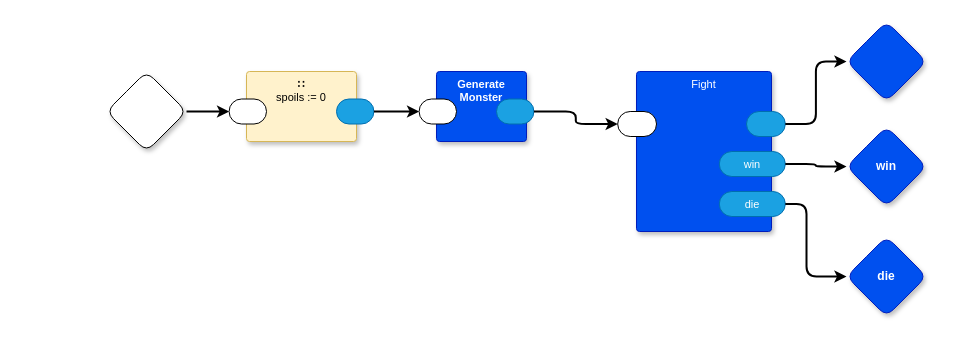
Before: page "Adventure" (10 of 19) of dc0d.drawio in guitarvydas/dc0d, a draw.io diagram. Source tidied: cells renumbered, new cells numbered last; positions are measured from the earlier drawing's top-left corner, leaving out a move shared by most shapes. Both pictures are drawn from the tidied source at 100%, with x=0, y=0 at pixel (106, 21).
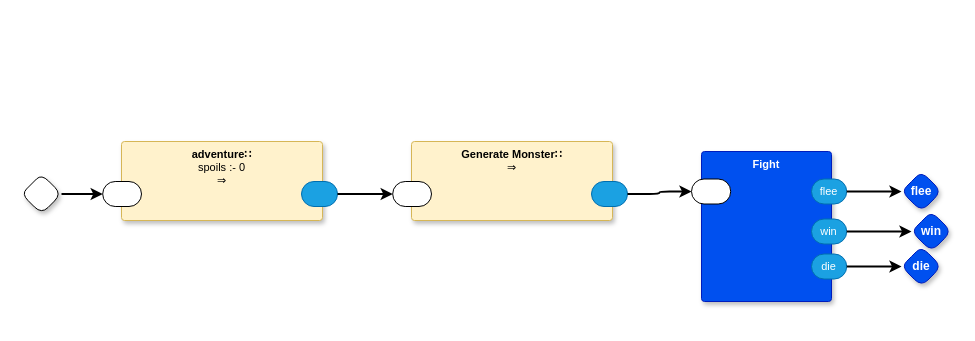
The same diagram, later.

What changed in the source:
```diff
@@
-    <mxCell id="0" />
-    <mxCell id="1" parent="0" />
-    <mxCell id="2" style="rhombus;whiteSpace=wrap;html=1;rounded=1;fontStyle=1;glass=0;sketch=0;fontSize=12;points=[[0,0.5,0,0,0],[0.5,0,0,0,0],[0.5,1,0,0,0],[1,0.5,0,0,0]];shadow=1;fontFamily=Helvetica;fontColor=default;" parent="1" vertex="1">
-      <mxGeometry y="50" width="80" height="80" as="geometry" />
-    </mxCell>
-    <mxCell id="3" style="rhombus;whiteSpace=wrap;html=1;rounded=1;fillColor=#0050ef;fontColor=#ffffff;strokeColor=#001DBC;fontStyle=1;glass=0;sketch=0;fontSize=12;points=[[0,0.5,0,0,0],[0.5,0,0,0,0],[0.5,1,0,0,0],[1,0.5,0,0,0]];shadow=1;fontFamily=Helvetica;" parent="1" vertex="1">
-      <mxGeometry x="740" width="80" height="80" as="geometry" />
-    </mxCell>
-    <mxCell id="4" value="&lt;b style=&quot;border-color: var(--border-color);&quot;&gt;∷&lt;br&gt;&lt;/b&gt;spoils := 0" style="rounded=1;whiteSpace=wrap;html=1;sketch=0;verticalAlign=top;arcSize=6;fontStyle=0;absoluteArcSize=1;shadow=1;strokeColor=#d6b656;fillColor=#fff2cc;fontFamily=Helvetica;fontSize=11;" parent="1" vertex="1">
-      <mxGeometry x="140" y="50" width="110" height="70" as="geometry" />
-    </mxCell>
-    <mxCell id="5" style="rounded=1;whiteSpace=wrap;html=1;sketch=0;points=[[0,0.5,0,0,0],[1,0.5,0,0,0]];arcSize=50;fontFamily=Helvetica;fontSize=11;fontColor=default;" parent="4" vertex="1">
-      <mxGeometry x="-17.4" y="27.5" width="37.4" height="25" as="geometry" />
-    </mxCell>
-    <mxCell id="6" style="rounded=1;whiteSpace=wrap;html=1;sketch=0;points=[[0,0.5,0,0,0],[1,0.5,0,0,0]];fillColor=#1ba1e2;fontColor=#ffffff;strokeColor=#006EAF;arcSize=50;fontFamily=Helvetica;fontSize=11;" parent="4" vertex="1">
-      <mxGeometry x="90" y="27.5" width="37.4" height="25" as="geometry" />
-    </mxCell>
-    <mxCell id="7" value="&lt;b&gt;Generate Monster&lt;/b&gt;" style="rounded=1;whiteSpace=wrap;html=1;sketch=0;verticalAlign=top;arcSize=6;fontStyle=0;absoluteArcSize=1;shadow=1;strokeColor=#001DBC;fillColor=#0050ef;fontFamily=Helvetica;fontSize=11;fontColor=#ffffff;" parent="1" vertex="1">
-      <mxGeometry x="330" y="50" width="90" height="70" as="geometry" />
-    </mxCell>
-    <mxCell id="8" style="rounded=1;whiteSpace=wrap;html=1;sketch=0;points=[[0,0.5,0,0,0],[1,0.5,0,0,0]];arcSize=50;fontFamily=Helvetica;fontSize=11;fontColor=default;" parent="7" vertex="1">
-      <mxGeometry x="-17.4" y="27.5" width="37.4" height="25" as="geometry" />
-    </mxCell>
-    <mxCell id="9" style="rounded=1;whiteSpace=wrap;html=1;sketch=0;points=[[0,0.5,0,0,0],[1,0.5,0,0,0]];fillColor=#1ba1e2;fontColor=#ffffff;strokeColor=#006EAF;arcSize=50;fontFamily=Helvetica;fontSize=11;" parent="7" vertex="1">
-      <mxGeometry x="60" y="27.5" width="37.4" height="25" as="geometry" />
-    </mxCell>
-    <mxCell id="10" style="edgeStyle=orthogonalEdgeStyle;shape=connector;curved=0;rounded=1;jettySize=auto;html=1;exitX=1;exitY=0.5;exitDx=0;exitDy=0;exitPerimeter=0;entryX=0;entryY=0.5;entryDx=0;entryDy=0;entryPerimeter=0;labelBackgroundColor=default;strokeColor=default;strokeWidth=2;align=center;verticalAlign=middle;fontFamily=Helvetica;fontSize=11;fontColor=default;endArrow=classic;" parent="1" edge="1" source="6" target="8">
-      <mxGeometry relative="1" as="geometry" />
-    </mxCell>
+    <mxCell id="23" />
+    <mxCell id="24" parent="23" />
+    <mxCell id="25" style="rhombus;whiteSpace=wrap;html=1;rounded=1;fontStyle=1;glass=0;sketch=0;fontSize=12;points=[[0,0.5,0,0,0],[0.5,0,0,0,0],[0.5,1,0,0,0],[1,0.5,0,0,0]];shadow=1;fontFamily=Helvetica;fontColor=default;" parent="24" vertex="1">
+      <mxGeometry x="-85" y="152.5" width="40" height="40" as="geometry" />
+    </mxCell>
+    <mxCell id="19" value="die" style="rhombus;whiteSpace=wrap;html=1;rounded=1;fontStyle=1;glass=0;sketch=0;fontSize=12;points=[[0,0.5,0,0,0],[0.5,0,0,0,0],[0.5,1,0,0,0],[1,0.5,0,0,0]];shadow=1;fillColor=#0050ef;fontColor=#ffffff;strokeColor=#001DBC;fontFamily=Helvetica;" parent="24" vertex="1">
+      <mxGeometry x="795" y="225" width="40" height="40" as="geometry" />
+    </mxCell>
+    <mxCell id="26" value="&lt;b style=&quot;border-color: var(--border-color);&quot;&gt;adventure∷&lt;br&gt;&lt;/b&gt;spoils :- 0&lt;br&gt;⇒" style="rounded=1;whiteSpace=wrap;html=1;sketch=0;verticalAlign=top;arcSize=6;fontStyle=0;absoluteArcSize=1;shadow=1;strokeColor=#d6b656;fillColor=#fff2cc;fontFamily=Helvetica;fontSize=11;" parent="24" vertex="1">
+      <mxGeometry x="15" y="120" width="201" height="79" as="geometry" />
+    </mxCell>
+    <mxCell id="27" style="rounded=1;whiteSpace=wrap;html=1;sketch=0;points=[[0,0.5,0,0,0],[1,0.5,0,0,0]];arcSize=50;fontFamily=Helvetica;fontSize=11;fontColor=default;" parent="26" vertex="1">
+      <mxGeometry x="-18.8" y="40" width="38.8" height="25" as="geometry" />
+    </mxCell>
+    <mxCell id="28" style="rounded=1;whiteSpace=wrap;html=1;sketch=0;points=[[0,0.5,0,0,0],[1,0.5,0,0,0]];fillColor=#1ba1e2;fontColor=#ffffff;strokeColor=#006EAF;arcSize=50;fontFamily=Helvetica;fontSize=11;" parent="26" vertex="1">
+      <mxGeometry x="180" y="40" width="36" height="25" as="geometry" />
+    </mxCell>
+    <mxCell id="29" value="&lt;b style=&quot;border-color: var(--border-color);&quot;&gt;Generate Monster∷&lt;br&gt;&lt;/b&gt;⇒" style="rounded=1;whiteSpace=wrap;html=1;sketch=0;verticalAlign=top;arcSize=6;fontStyle=0;absoluteArcSize=1;shadow=1;strokeColor=#d6b656;fillColor=#fff2cc;fontFamily=Helvetica;fontSize=11;" parent="24" vertex="1">
+      <mxGeometry x="305" y="120" width="201" height="79" as="geometry" />
+    </mxCell>
+    <mxCell id="30" style="rounded=1;whiteSpace=wrap;html=1;sketch=0;points=[[0,0.5,0,0,0],[1,0.5,0,0,0]];arcSize=50;fontFamily=Helvetica;fontSize=11;fontColor=default;" parent="29" vertex="1">
+      <mxGeometry x="-18.8" y="40" width="38.8" height="25" as="geometry" />
+    </mxCell>
+    <mxCell id="31" style="rounded=1;whiteSpace=wrap;html=1;sketch=0;points=[[0,0.5,0,0,0],[1,0.5,0,0,0]];fillColor=#1ba1e2;fontColor=#ffffff;strokeColor=#006EAF;arcSize=50;fontFamily=Helvetica;fontSize=11;" parent="29" vertex="1">
+      <mxGeometry x="180" y="40" width="36" height="25" as="geometry" />
+    </mxCell>
+    <mxCell id="32" style="edgeStyle=orthogonalEdgeStyle;shape=connector;curved=0;rounded=1;jettySize=auto;html=1;exitX=1;exitY=0.5;exitDx=0;exitDy=0;exitPerimeter=0;entryX=0;entryY=0.5;entryDx=0;entryDy=0;entryPerimeter=0;labelBackgroundColor=default;strokeColor=default;strokeWidth=2;align=center;verticalAlign=middle;fontFamily=Helvetica;fontSize=11;fontColor=default;endArrow=classic;" parent="24" edge="1" source="28" target="30">
+      <mxGeometry relative="1" as="geometry" />
+    </mxCell>
-    <mxCell id="11" value="Fight" style="rounded=1;whiteSpace=wrap;html=1;sketch=0;verticalAlign=top;arcSize=6;fontStyle=0;absoluteArcSize=1;shadow=1;strokeColor=#001DBC;fillColor=#0050ef;fontColor=#ffffff;fontFamily=Helvetica;fontSize=11;" parent="1" vertex="1">
-      <mxGeometry x="530" y="50" width="135" height="160" as="geometry" />
+    <mxCell id="11" value="Fight" style="rounded=1;whiteSpace=wrap;html=1;sketch=0;verticalAlign=top;arcSize=6;fontStyle=1;absoluteArcSize=1;shadow=1;strokeColor=#001DBC;fillColor=#0050ef;fontColor=#ffffff;fontFamily=Helvetica;fontSize=11;" parent="24" vertex="1">
+      <mxGeometry x="595" y="130" width="130" height="150" as="geometry" />
     </mxCell>
-    <mxCell id="12" style="rounded=1;whiteSpace=wrap;html=1;sketch=0;points=[[0,0.5,0,0,0],[1,0.5,0,0,0]];arcSize=50;fontFamily=Helvetica;fontSize=11;fontColor=default;" parent="11" vertex="1">
-      <mxGeometry x="-18.8" y="40" width="38.8" height="25" as="geometry" />
-    </mxCell>
-    <mxCell id="13" style="rounded=1;whiteSpace=wrap;html=1;sketch=0;points=[[0,0.5,0,0,0],[1,0.5,0,0,0]];fillColor=#1ba1e2;fontColor=#ffffff;strokeColor=#006EAF;arcSize=50;fontFamily=Helvetica;fontSize=11;" parent="11" vertex="1">
-      <mxGeometry x="110" y="40" width="38.8" height="25" as="geometry" />
-    </mxCell>
+    <mxCell id="33" style="rounded=1;whiteSpace=wrap;html=1;sketch=0;points=[[0,0.5,0,0,0],[1,0.5,0,0,0]];arcSize=50;fontFamily=Helvetica;fontSize=11;fontColor=default;" parent="11" vertex="1">
+      <mxGeometry x="-10" y="27.5" width="39.2" height="25" as="geometry" />
+    </mxCell>
     <mxCell id="14" value="win" style="rounded=1;whiteSpace=wrap;html=1;sketch=0;points=[[0,0.5,0,0,0],[1,0.5,0,0,0]];fillColor=#1ba1e2;fontColor=#ffffff;strokeColor=#006EAF;arcSize=50;fontFamily=Helvetica;fontSize=11;" parent="11" vertex="1">
-      <mxGeometry x="82.8" y="80" width="66" height="25" as="geometry" />
+      <mxGeometry x="110" y="67.5" width="35.2" height="25" as="geometry" />
     </mxCell>
+    <mxCell id="34" value="flee" style="rounded=1;whiteSpace=wrap;html=1;sketch=0;points=[[0,0.5,0,0,0],[1,0.5,0,0,0]];fillColor=#1ba1e2;fontColor=#ffffff;strokeColor=#006EAF;arcSize=50;fontFamily=Helvetica;fontSize=11;" parent="11" vertex="1">
+      <mxGeometry x="110" y="27.5" width="35.2" height="25" as="geometry" />
+    </mxCell>
-    <mxCell id="15" value="die" style="rounded=1;whiteSpace=wrap;html=1;sketch=0;points=[[0,0.5,0,0,0],[1,0.5,0,0,0]];fillColor=#1ba1e2;fontColor=#ffffff;strokeColor=#006EAF;arcSize=50;fontFamily=Helvetica;fontSize=11;" parent="11" vertex="1">
-      <mxGeometry x="82.8" y="120" width="66" height="25" as="geometry" />
+    <mxCell id="15" value="die" style="rounded=1;whiteSpace=wrap;html=1;sketch=0;points=[[0,0.5,0,0,0],[1,0.5,0,0,0]];fillColor=#1ba1e2;fontColor=#ffffff;strokeColor=#006EAF;arcSize=50;fontFamily=Helvetica;fontSize=11;" parent="24" vertex="1">
+      <mxGeometry x="705" y="232.5" width="35.2" height="25" as="geometry" />
     </mxCell>
-    <mxCell id="16" style="edgeStyle=orthogonalEdgeStyle;shape=connector;curved=0;rounded=1;jettySize=auto;html=1;exitX=1;exitY=0.5;exitDx=0;exitDy=0;exitPerimeter=0;entryX=0;entryY=0.5;entryDx=0;entryDy=0;entryPerimeter=0;labelBackgroundColor=default;strokeColor=default;strokeWidth=2;align=center;verticalAlign=middle;fontFamily=Helvetica;fontSize=11;fontColor=default;endArrow=classic;" parent="1" edge="1" source="9" target="12">
-      <mxGeometry relative="1" as="geometry" />
-    </mxCell>
-    <mxCell id="17" style="edgeStyle=orthogonalEdgeStyle;shape=connector;curved=0;rounded=1;jettySize=auto;html=1;exitX=1;exitY=0.5;exitDx=0;exitDy=0;exitPerimeter=0;entryX=0;entryY=0.5;entryDx=0;entryDy=0;entryPerimeter=0;labelBackgroundColor=default;strokeColor=default;strokeWidth=2;align=center;verticalAlign=middle;fontFamily=Helvetica;fontSize=11;fontColor=default;endArrow=classic;" parent="1" edge="1" source="13" target="3">
-      <mxGeometry relative="1" as="geometry" />
-    </mxCell>
+    <mxCell id="35" style="edgeStyle=orthogonalEdgeStyle;shape=connector;curved=0;rounded=1;jettySize=auto;html=1;exitX=1;exitY=0.5;exitDx=0;exitDy=0;exitPerimeter=0;entryX=0;entryY=0.5;entryDx=0;entryDy=0;entryPerimeter=0;labelBackgroundColor=default;strokeColor=default;strokeWidth=2;align=center;verticalAlign=middle;fontFamily=Helvetica;fontSize=11;fontColor=default;endArrow=classic;" parent="24" edge="1" source="31" target="33">
+      <mxGeometry relative="1" as="geometry" />
+    </mxCell>
+    <mxCell id="36" style="edgeStyle=orthogonalEdgeStyle;shape=connector;curved=0;rounded=1;jettySize=auto;html=1;exitX=1;exitY=0.5;exitDx=0;exitDy=0;exitPerimeter=0;entryX=0;entryY=0.5;entryDx=0;entryDy=0;entryPerimeter=0;labelBackgroundColor=default;strokeColor=default;strokeWidth=2;align=center;verticalAlign=middle;fontFamily=Helvetica;fontSize=11;fontColor=default;endArrow=classic;" parent="24" edge="1" source="25" target="27">
+      <mxGeometry relative="1" as="geometry" />
+    </mxCell>
+    <mxCell id="37" value="flee" style="rhombus;whiteSpace=wrap;html=1;rounded=1;fontStyle=1;glass=0;sketch=0;fontSize=12;points=[[0,0.5,0,0,0],[0.5,0,0,0,0],[0.5,1,0,0,0],[1,0.5,0,0,0]];shadow=1;fillColor=#0050ef;fontColor=#ffffff;strokeColor=#001DBC;fontFamily=Helvetica;" parent="24" vertex="1">
+      <mxGeometry x="795" y="150" width="40" height="40" as="geometry" />
+    </mxCell>
-    <mxCell id="18" value="win" style="rhombus;whiteSpace=wrap;html=1;rounded=1;fillColor=#0050ef;fontColor=#ffffff;strokeColor=#001DBC;fontStyle=1;glass=0;sketch=0;fontSize=12;points=[[0,0.5,0,0,0],[0.5,0,0,0,0],[0.5,1,0,0,0],[1,0.5,0,0,0]];shadow=1;fontFamily=Helvetica;" parent="1" vertex="1">
-      <mxGeometry x="740" y="105" width="80" height="80" as="geometry" />
+    <mxCell id="18" value="win" style="rhombus;whiteSpace=wrap;html=1;rounded=1;fontStyle=1;glass=0;sketch=0;fontSize=12;points=[[0,0.5,0,0,0],[0.5,0,0,0,0],[0.5,1,0,0,0],[1,0.5,0,0,0]];shadow=1;fillColor=#0050ef;fontColor=#ffffff;strokeColor=#001DBC;fontFamily=Helvetica;" parent="24" vertex="1">
+      <mxGeometry x="805" y="190" width="40" height="40" as="geometry" />
     </mxCell>
-    <mxCell id="19" value="die" style="rhombus;whiteSpace=wrap;html=1;rounded=1;fillColor=#0050ef;fontColor=#ffffff;strokeColor=#001DBC;fontStyle=1;glass=0;sketch=0;fontSize=12;points=[[0,0.5,0,0,0],[0.5,0,0,0,0],[0.5,1,0,0,0],[1,0.5,0,0,0]];shadow=1;fontFamily=Helvetica;" parent="1" vertex="1">
-      <mxGeometry x="740" y="215" width="80" height="80" as="geometry" />
-    </mxCell>
+    <mxCell id="38" style="edgeStyle=orthogonalEdgeStyle;shape=connector;curved=0;rounded=1;jettySize=auto;html=1;exitX=1;exitY=0.5;exitDx=0;exitDy=0;exitPerimeter=0;entryX=0;entryY=0.5;entryDx=0;entryDy=0;entryPerimeter=0;labelBackgroundColor=default;strokeColor=default;strokeWidth=2;align=center;verticalAlign=middle;fontFamily=Helvetica;fontSize=11;fontColor=default;endArrow=classic;" parent="24" edge="1" source="34" target="37">
+      <mxGeometry relative="1" as="geometry" />
+    </mxCell>
-    <mxCell id="20" style="edgeStyle=orthogonalEdgeStyle;shape=connector;curved=0;rounded=1;jettySize=auto;html=1;exitX=1;exitY=0.5;exitDx=0;exitDy=0;exitPerimeter=0;entryX=0;entryY=0.5;entryDx=0;entryDy=0;entryPerimeter=0;labelBackgroundColor=default;strokeColor=default;strokeWidth=2;align=center;verticalAlign=middle;fontFamily=Helvetica;fontSize=11;fontColor=default;endArrow=classic;" parent="1" edge="1" source="14" target="18">
+    <mxCell id="20" style="edgeStyle=orthogonalEdgeStyle;shape=connector;curved=0;rounded=1;jettySize=auto;html=1;exitX=1;exitY=0.5;exitDx=0;exitDy=0;exitPerimeter=0;entryX=0;entryY=0.5;entryDx=0;entryDy=0;entryPerimeter=0;labelBackgroundColor=default;strokeColor=default;strokeWidth=2;align=center;verticalAlign=middle;fontFamily=Helvetica;fontSize=11;fontColor=default;endArrow=classic;" parent="24" edge="1" source="14" target="18">
       <mxGeometry relative="1" as="geometry" />
     </mxCell>
-    <mxCell id="21" style="edgeStyle=orthogonalEdgeStyle;shape=connector;curved=0;rounded=1;jettySize=auto;html=1;exitX=1;exitY=0.5;exitDx=0;exitDy=0;exitPerimeter=0;entryX=0;entryY=0.5;entryDx=0;entryDy=0;entryPerimeter=0;labelBackgroundColor=default;strokeColor=default;strokeWidth=2;align=center;verticalAlign=middle;fontFamily=Helvetica;fontSize=11;fontColor=default;endArrow=classic;" parent="1" edge="1" source="15" target="19">
-      <mxGeometry relative="1" as="geometry">
-        <Array as="points">
-          <mxPoint x="700" y="183" />
-          <mxPoint x="700" y="255" />
-        </Array>
-      </mxGeometry>
+    <mxCell id="21" style="edgeStyle=orthogonalEdgeStyle;shape=connector;curved=0;rounded=1;jettySize=auto;html=1;exitX=1;exitY=0.5;exitDx=0;exitDy=0;exitPerimeter=0;entryX=0;entryY=0.5;entryDx=0;entryDy=0;entryPerimeter=0;labelBackgroundColor=default;strokeColor=default;strokeWidth=2;align=center;verticalAlign=middle;fontFamily=Helvetica;fontSize=11;fontColor=default;endArrow=classic;" parent="24" edge="1" source="15" target="19">
+      <mxGeometry relative="1" as="geometry" />
     </mxCell>
-    <mxCell id="22" style="edgeStyle=orthogonalEdgeStyle;shape=connector;curved=0;rounded=1;jettySize=auto;html=1;entryX=0;entryY=0.5;entryDx=0;entryDy=0;entryPerimeter=0;labelBackgroundColor=default;strokeColor=default;strokeWidth=2;align=center;verticalAlign=middle;fontFamily=Helvetica;fontSize=11;fontColor=default;endArrow=classic;" parent="1" edge="1" source="2" target="5">
-      <mxGeometry relative="1" as="geometry" />
-    </mxCell>
```
